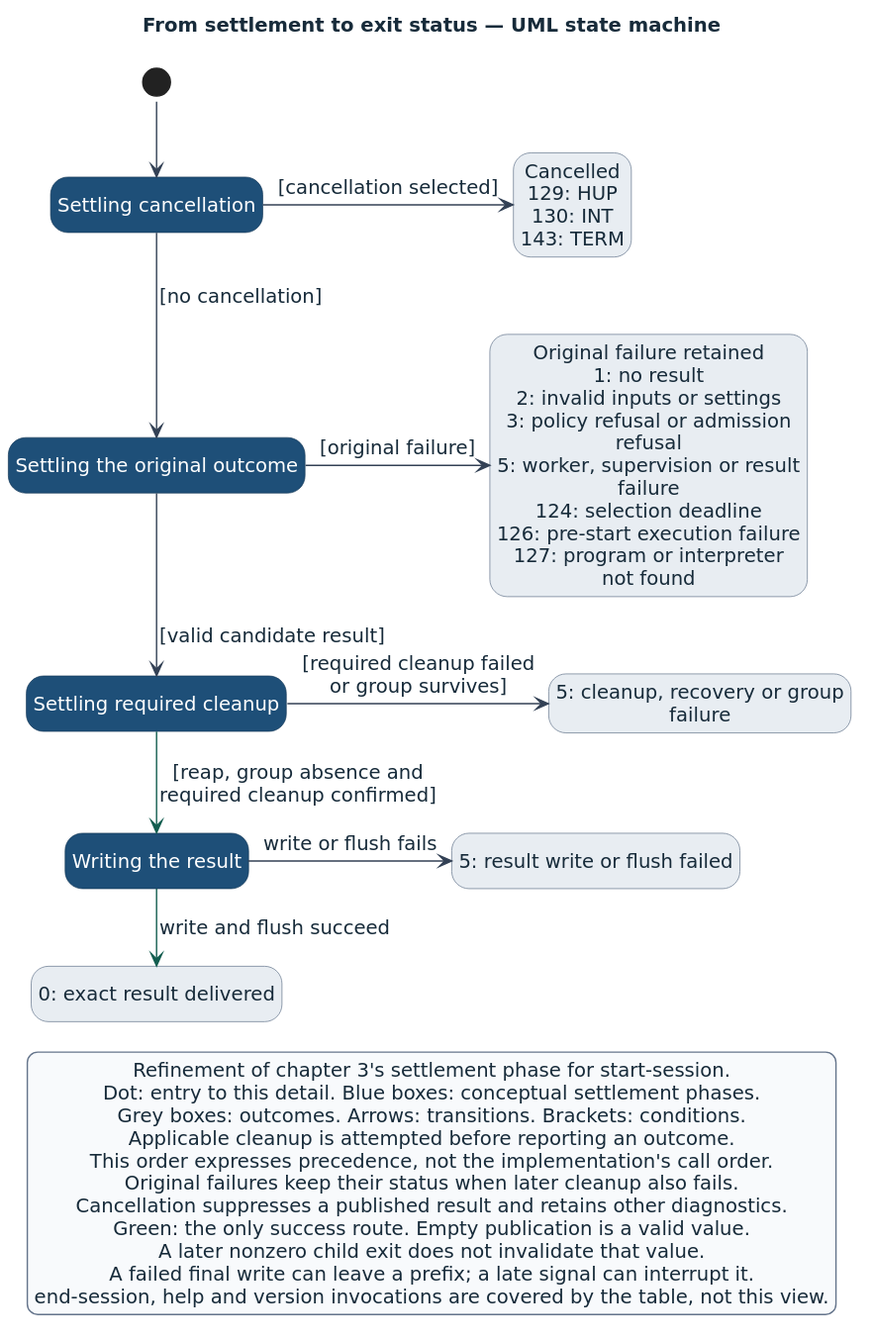
Earlier version of the PlantUML export docs/book/src/figures/settled-exit-status.svg (Linkuistics/Ravel). Its source is kept beside it as docs/book/src/figures/settled-exit-status.puml. Source of this version:
```plantuml
@startuml
!pragma layout smetana
!include _uml-style.puml
title From settlement to exit status — UML state machine
hide empty description
hide stereotype

state "Settling cancellation" as Cancellation
state "Settling the original outcome" as Original
state "Settling required cleanup" as Cleanup
state "Writing the result" as Writing
state "Cancelled\n129: HUP\n130: INT\n143: TERM" as Cancelled <<outcome>>
state "Original failure retained\n1: no result\n2: invalid inputs or settings\n3: policy refusal or admission refusal\n5: worker, supervision or result failure\n124: selection deadline\n126: pre-start execution failure\n127: program or interpreter not found" as Failure <<outcome>>
state "5: cleanup, recovery or group failure" as CleanupFailure <<outcome>>
state "5: result write or flush failed" as WriteFailure <<outcome>>
state "0: exact result delivered" as Success <<outcome>>

[*] --> Cancellation
Cancellation -right-> Cancelled : [cancellation selected]
Cancellation --> Original : [no cancellation]
Original -right-> Failure : [original failure]
Original --> Cleanup : [valid candidate result]
Cleanup -right-> CleanupFailure : [required cleanup failed\nor group survives]
Cleanup -[#135E50]-> Writing : [reap, group absence and\nrequired cleanup confirmed]
Writing -right-> WriteFailure : write or flush fails
Writing -[#135E50]-> Success : write and flush succeed

legend bottom
  Refinement of chapter 3's settlement phase for start-session.
  Dot: entry to this detail. Blue boxes: conceptual settlement phases.
  Grey boxes: outcomes. Arrows: transitions. Brackets: conditions.
  Applicable cleanup is attempted before reporting an outcome.
  This order expresses precedence, not the implementation's call order.
  Original failures keep their status when later cleanup also fails.
  Cancellation suppresses a published result and retains other diagnostics.
  Green: the only success route. Empty publication is a valid value.
  A later nonzero child exit does not invalidate that value.
  A failed final write can leave a prefix; a late signal can interrupt it.
  end-session, help and version invocations are covered by the table, not this view.
endlegend
@enduml
```
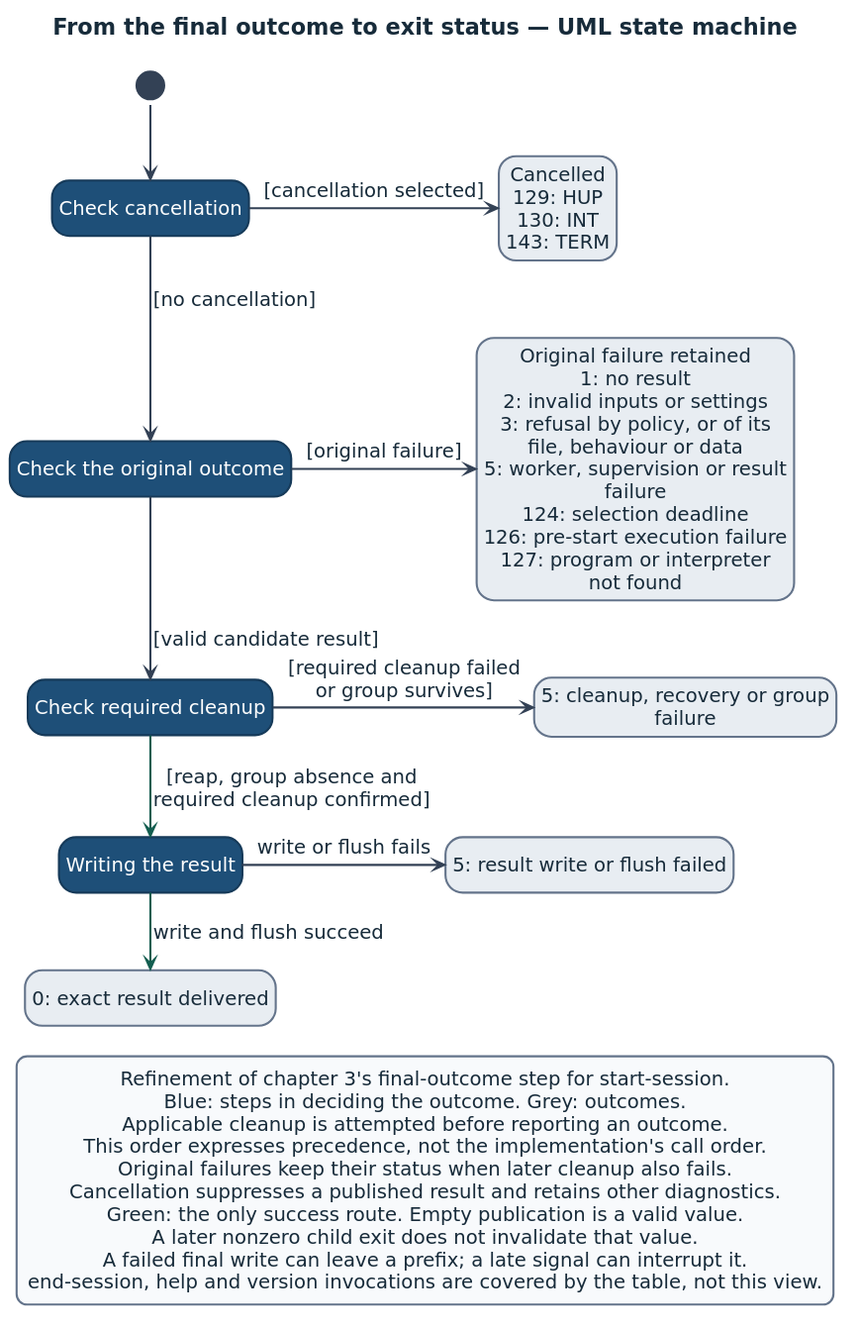
After the change.

Diff of the diagram source:
```diff
@@ -1,16 +1,16 @@
 @startuml
 !pragma layout smetana
 !include _uml-style.puml
-title From settlement to exit status — UML state machine
+title From the final outcome to exit status — UML state machine
 hide empty description
 hide stereotype
 
-state "Settling cancellation" as Cancellation
-state "Settling the original outcome" as Original
-state "Settling required cleanup" as Cleanup
+state "Check cancellation" as Cancellation
+state "Check the original outcome" as Original
+state "Check required cleanup" as Cleanup
 state "Writing the result" as Writing
 state "Cancelled\n129: HUP\n130: INT\n143: TERM" as Cancelled <<outcome>>
-state "Original failure retained\n1: no result\n2: invalid inputs or settings\n3: policy refusal or admission refusal\n5: worker, supervision or result failure\n124: selection deadline\n126: pre-start execution failure\n127: program or interpreter not found" as Failure <<outcome>>
+state "Original failure retained\n1: no result\n2: invalid inputs or settings\n3: refusal by policy, or of its\nfile, behaviour or data\n5: worker, supervision or result failure\n124: selection deadline\n126: pre-start execution failure\n127: program or interpreter not found" as Failure <<outcome>>
 state "5: cleanup, recovery or group failure" as CleanupFailure <<outcome>>
 state "5: result write or flush failed" as WriteFailure <<outcome>>
 state "0: exact result delivered" as Success <<outcome>>
@@ -26,9 +26,8 @@
 Writing -[#135E50]-> Success : write and flush succeed
 
 legend bottom
-  Refinement of chapter 3's settlement phase for start-session.
-  Dot: entry to this detail. Blue boxes: conceptual settlement phases.
-  Grey boxes: outcomes. Arrows: transitions. Brackets: conditions.
+  Refinement of chapter 3's final-outcome step for start-session.
+  Blue: steps in deciding the outcome. Grey: outcomes.
   Applicable cleanup is attempted before reporting an outcome.
   This order expresses precedence, not the implementation's call order.
   Original failures keep their status when later cleanup also fails.
```
